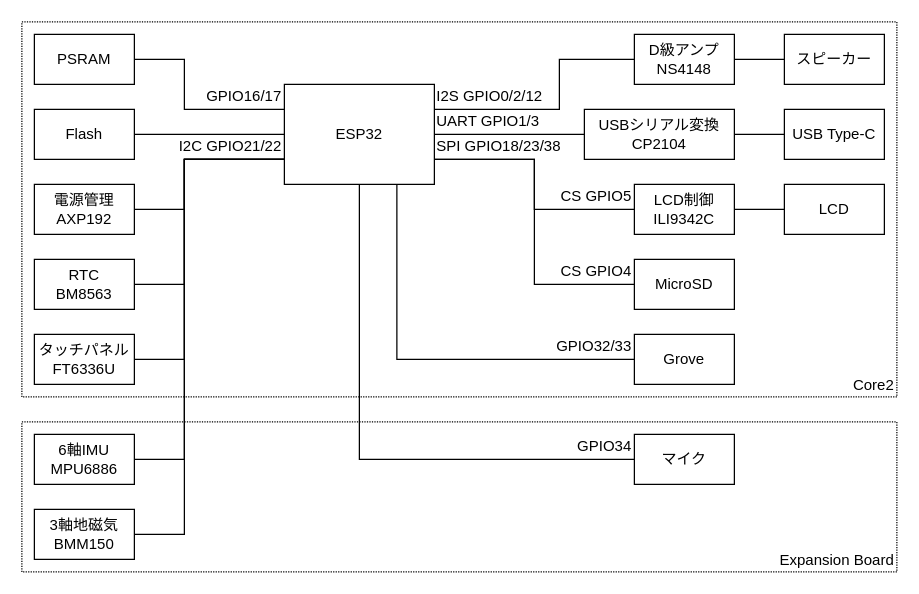
Above: page "M5Stack-Core2" (3 of 4) of images/esp32-architecture.drawio in nnm-t/electric-event-name-tag-book (draw.io), before the change. Source tidied: cells renumbered, new cells numbered last; positions are measured from the earlier drawing's top-left corner, leaving out a move shared by most shapes. Both pictures are drawn from the tidied source at 125%, with x=0, y=0 at pixel (21, 21).
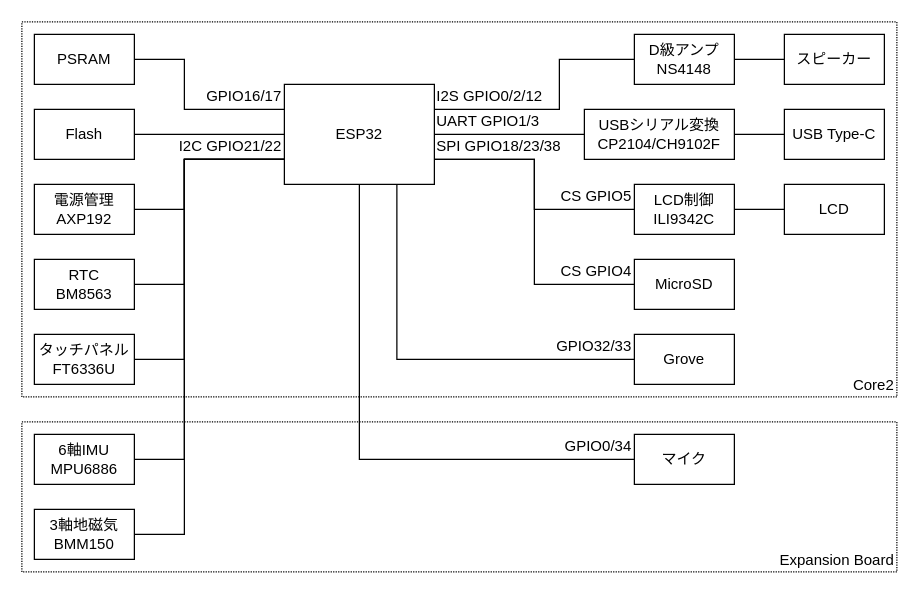
Above is the later version.

The edit, as a diff of the source:
```diff
@@
-    <mxCell id="20" value="USBシリアル変換&lt;br&gt;CP2104" style="rounded=0;whiteSpace=wrap;html=1;" parent="1" vertex="1">
+    <mxCell id="20" value="USBシリアル変換&lt;br&gt;CP2104/CH9102F" style="rounded=0;whiteSpace=wrap;html=1;" parent="1" vertex="1">
       <mxGeometry x="450" y="70" width="120" height="40" as="geometry" />
     </mxCell>
@@
-    <mxCell id="45" value="GPIO34" style="text;html=1;strokeColor=none;fillColor=none;align=right;verticalAlign=middle;whiteSpace=wrap;rounded=0;" parent="1" vertex="1">
+    <mxCell id="45" value="GPIO0/34" style="text;html=1;strokeColor=none;fillColor=none;align=right;verticalAlign=middle;whiteSpace=wrap;rounded=0;" parent="1" vertex="1">
       <mxGeometry x="410" y="330" width="80" height="20" as="geometry" />
     </mxCell>
```
